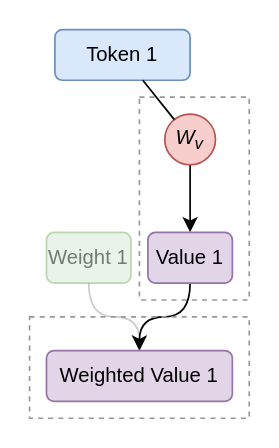
This is book/images/attention/llm-flow-self-attention-weighted-value.drawio from yshavit/llm-notes, a draw.io file, before an edit. Source tidied: cells renumbered, new cells numbered last; positions are measured from the earlier drawing's top-left corner, leaving out a move shared by most shapes. Both pictures are drawn from the tidied source at 169%, with x=0, y=0 at pixel (29, 29).
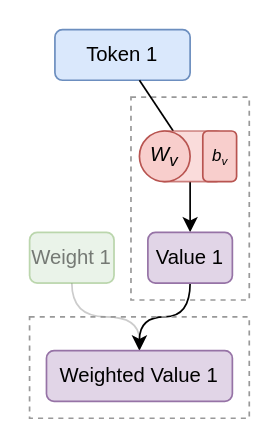
After the change.

Commit message (it also covers changes not shown here):
attention: add bias

The edit, as a diff of the source:
```diff
@@
 <mxGraphModel>
   <root>
     <mxCell id="0" />
     <mxCell id="1" parent="0" />
     <mxCell id="2" style="rounded=0;whiteSpace=wrap;html=1;fillColor=none;strokeColor=#999999;dashed=1;align=right;verticalAlign=middle;fontStyle=1;" parent="1" vertex="1">
-      <mxGeometry x="65" y="40" width="65" height="120" as="geometry" />
+      <mxGeometry x="60" y="40" width="70" height="120" as="geometry" />
     </mxCell>
     <mxCell id="3" value="Token 1" style="rounded=1;whiteSpace=wrap;html=1;fillColor=#dae8fc;strokeColor=#6c8ebf;" parent="1" vertex="1">
       <mxGeometry x="15" width="80" height="30" as="geometry" />
     </mxCell>
     <mxCell id="4" style="rounded=0;jettySize=auto;html=1;exitX=0.5;exitY=1;exitDx=0;exitDy=0;entryX=0.5;entryY=0;entryDx=0;entryDy=0;edgeStyle=orthogonalEdgeStyle;curved=1;fillColor=#f5f5f5;strokeColor=#CCCCCC;" parent="1" edge="1" source="12" target="10">
       <mxGeometry relative="1" as="geometry" />
     </mxCell>
-    <mxCell id="5" style="edgeStyle=orthogonalEdgeStyle;rounded=0;jettySize=auto;html=1;" parent="1" edge="1" source="7" target="11">
+    <mxCell id="5" style="edgeStyle=orthogonalEdgeStyle;rounded=0;jettySize=auto;html=1;exitX=0.5;exitY=1;exitDx=0;exitDy=0;" parent="1" edge="1" source="13" target="11">
       <mxGeometry relative="1" as="geometry" />
     </mxCell>
     <mxCell id="6" style="rounded=0;jettySize=auto;html=1;exitX=0.5;exitY=1;exitDx=0;exitDy=0;edgeStyle=orthogonalEdgeStyle;curved=1;" parent="1" edge="1" source="11" target="10">
       <mxGeometry relative="1" as="geometry" />
     </mxCell>
-    <mxCell id="7" value="W&lt;sub&gt;v&lt;/sub&gt;" style="ellipse;whiteSpace=wrap;html=1;fontStyle=2;fillColor=#f8cecc;strokeColor=#b85450;" parent="1" vertex="1">
-      <mxGeometry x="80" y="50" width="30" height="30" as="geometry" />
-    </mxCell>
-    <mxCell id="8" style="endArrow=none;html=1;rounded=0;" parent="1" edge="1" source="7" target="3">
+    <mxCell id="8" style="endArrow=none;html=1;rounded=0;exitX=0.25;exitY=0;exitDx=0;exitDy=0;" parent="1" edge="1" source="13" target="3">
       <mxGeometry relative="1" as="geometry" />
     </mxCell>
     <mxCell id="9" style="rounded=0;whiteSpace=wrap;html=1;fillColor=none;strokeColor=#999999;dashed=1;align=right;verticalAlign=top;fontStyle=1;" parent="1" vertex="1">
       <mxGeometry y="170" width="130" height="60" as="geometry" />
     </mxCell>
     <mxCell id="10" value="Weighted Value 1" style="rounded=1;whiteSpace=wrap;html=1;fillColor=#e1d5e7;strokeColor=#9673a6;" parent="1" vertex="1">
       <mxGeometry x="10" y="190" width="110" height="30" as="geometry" />
     </mxCell>
     <mxCell id="11" value="&lt;span&gt;Value 1&lt;/span&gt;" style="rounded=1;whiteSpace=wrap;html=1;fillColor=#e1d5e7;strokeColor=#9673a6;fontStyle=0;" parent="1" vertex="1">
       <mxGeometry x="70" y="120" width="50" height="30" as="geometry" />
     </mxCell>
     <mxCell id="12" value="Weight 1" style="rounded=1;whiteSpace=wrap;html=1;fillColor=#d5e8d4;strokeColor=#82b366;opacity=50;fontColor=#00000080;" parent="1" vertex="1">
-      <mxGeometry x="10" y="120" width="50" height="30" as="geometry" />
+      <mxGeometry y="120" width="50" height="30" as="geometry" />
     </mxCell>
+    <mxCell id="13" style="rounded=1;whiteSpace=wrap;html=1;fillColor=#f8cecc;strokeColor=#b85450;opacity=70;" parent="1" vertex="1">
+      <mxGeometry x="75" y="60" width="40" height="30" as="geometry" />
+    </mxCell>
+    <mxCell id="14" value="&lt;i&gt;b&lt;span style=&quot;font-size: 8.33333px;&quot;&gt;&lt;sub&gt;v&lt;/sub&gt;&lt;/span&gt;&lt;/i&gt;" style="rounded=1;whiteSpace=wrap;html=1;fillColor=#f8cecc;strokeColor=#b85450;fontSize=10;" parent="1" vertex="1">
+      <mxGeometry x="102.5" y="60" width="20" height="30" as="geometry" />
+    </mxCell>
+    <mxCell id="7" value="W&lt;sub&gt;v&lt;/sub&gt;" style="ellipse;whiteSpace=wrap;html=1;fontStyle=2;fillColor=#f8cecc;strokeColor=#b85450;" parent="1" vertex="1">
+      <mxGeometry x="65" y="60" width="30" height="30" as="geometry" />
+    </mxCell>
   </root>
 </mxGraphModel>
```
